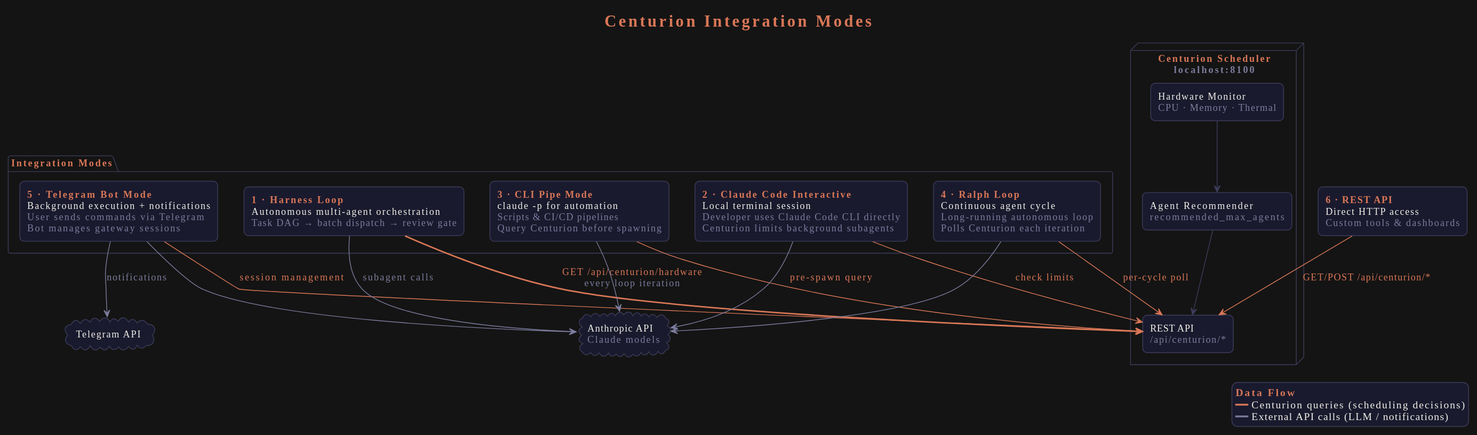
The PlantUML diagram docs/images/integration-modes.svg in spacelobster88/centurion, before a commit.
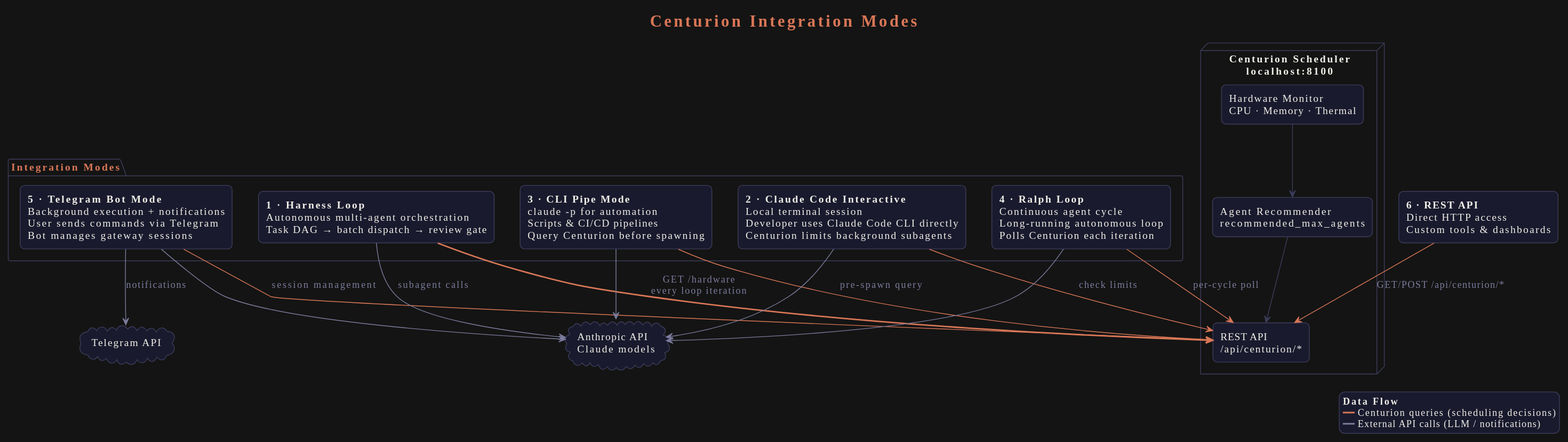
Later version of the same file.

The edit, as a diff of the source:
```diff
@@ -3,30 +3,34 @@
 skinparam backgroundColor #141414
 skinparam defaultFontColor #f0efe8
 skinparam defaultFontName "Inter, Helvetica, Arial, sans-serif"
-skinparam defaultFontSize 13
+skinparam defaultFontSize 14
 
 skinparam component {
   BackgroundColor #1a1a2e
   BorderColor #3d3d5c
   FontColor #f0efe8
+  FontSize 14
 }
 
 skinparam node {
   BackgroundColor #1a1a2e
   BorderColor #d97757
   FontColor #f0efe8
+  FontSize 14
 }
 
 skinparam package {
   BackgroundColor #141414
   BorderColor #3d3d5c
   FontColor #d97757
+  FontSize 14
 }
 
 skinparam rectangle {
   BackgroundColor #1a1a2e
   BorderColor #3d3d5c
   FontColor #f0efe8
+  FontSize 14
   RoundCorner 12
 }
 
@@ -34,31 +38,35 @@
   BackgroundColor #1a1a2e
   BorderColor #3d3d5c
   FontColor #f0efe8
+  FontSize 14
 }
 
 skinparam arrow {
   Color #7c7c9e
   FontColor #7c7c9e
+  FontSize 13
 }
 
 skinparam note {
   BackgroundColor #1a1a2e
   BorderColor #3d3d5c
   FontColor #7c7c9e
+  FontSize 13
 }
 
 skinparam legend {
   BackgroundColor #1a1a2e
   BorderColor #3d3d5c
   FontColor #f0efe8
+  FontSize 13
 }
 
-title <color:#d97757><b>Centurion Integration Modes</b></color>
+title <color:#d97757>**Centurion Integration Modes**</color>
 
-node "<color:#d97757><b>Centurion Scheduler</b></color>\n<color:#7c7c9e>localhost:8100</color>" as centurion {
-  rectangle "<color:#f0efe8>Hardware Monitor</color>\n<color:#7c7c9e>CPU · Memory · Thermal</color>" as hwmon
-  rectangle "<color:#f0efe8>Agent Recommender</color>\n<color:#7c7c9e>recommended_max_agents</color>" as recommender
-  rectangle "<color:#f0efe8>REST API</color>\n<color:#7c7c9e>/api/centurion/*</color>" as api
+node "**Centurion Scheduler**\nlocalhost:8100" as centurion {
+  rectangle "Hardware Monitor\nCPU · Memory · Thermal" as hwmon
+  rectangle "Agent Recommender\nrecommended_max_agents" as recommender
+  rectangle "REST API\n/api/centurion/*" as api
   hwmon -[#3d3d5c]-> recommender
   recommender -[#3d3d5c]-> api
 }
@@ -66,38 +74,38 @@
 
 package "Integration Modes" as modes {
 
-  rectangle "<color:#d97757><b>1 · Harness Loop</b></color>\n<color:#f0efe8>Autonomous multi-agent orchestration</color>\n<color:#7c7c9e>Task DAG → batch dispatch → review gate</color>" as harness
+  rectangle "**1 · Harness Loop**\nAutonomous multi-agent orchestration\nTask DAG → batch dispatch → review gate" as harness
 
-  rectangle "<color:#d97757><b>2 · Claude Code Interactive</b></color>\n<color:#f0efe8>Local terminal session</color>\n<color:#7c7c9e>Developer uses Claude Code CLI directly</color>\n<color:#7c7c9e>Centurion limits background subagents</color>" as interactive
+  rectangle "**2 · Claude Code Interactive**\nLocal terminal session\nDeveloper uses Claude Code CLI directly\nCenturion limits background subagents" as interactive
 
-  rectangle "<color:#d97757><b>3 · CLI Pipe Mode</b></color>\n<color:#f0efe8>claude -p for automation</color>\n<color:#7c7c9e>Scripts & CI/CD pipelines</color>\n<color:#7c7c9e>Query Centurion before spawning</color>" as clipipe
+  rectangle "**3 · CLI Pipe Mode**\nclaude -p for automation\nScripts & CI/CD pipelines\nQuery Centurion before spawning" as clipipe
 
-  rectangle "<color:#d97757><b>4 · Ralph Loop</b></color>\n<color:#f0efe8>Continuous agent cycle</color>\n<color:#7c7c9e>Long-running autonomous loop</color>\n<color:#7c7c9e>Polls Centurion each iteration</color>" as ralph
+  rectangle "**4 · Ralph Loop**\nContinuous agent cycle\nLong-running autonomous loop\nPolls Centurion each iteration" as ralph
 
-  rectangle "<color:#d97757><b>5 · Telegram Bot Mode</b></color>\n<color:#f0efe8>Background execution + notifications</color>\n<color:#7c7c9e>User sends commands via Telegram</color>\n<color:#7c7c9e>Bot manages gateway sessions</color>" as telegram
+  rectangle "**5 · Telegram Bot Mode**\nBackground execution + notifications\nUser sends commands via Telegram\nBot manages gateway sessions" as telegram
 }
 
-harness -[#d97757,bold]-> api : <color:#d97757>GET /api/centurion/hardware\n<color:#7c7c9e>every loop iteration</color>
-interactive -[#d97757]-> api : <color:#d97757>check limits
-clipipe -[#d97757]-> api : <color:#d97757>pre-spawn query
-ralph -[#d97757]-> api : <color:#d97757>per-cycle poll
-telegram -[#d97757]-> api : <color:#d97757>session management
+harness -[#d97757,bold]-> api : GET /hardware\nevery loop iteration
+interactive -[#d97757]-> api : check limits
+clipipe -[#d97757]-> api : pre-spawn query
+ralph -[#d97757]-> api : per-cycle poll
+telegram -[#d97757]-> api : session management
 
-cloud "<color:#f0efe8>Anthropic API</color>\n<color:#7c7c9e>Claude models</color>" as anthropic
-cloud "<color:#f0efe8>Telegram API</color>" as tgapi
+cloud "Anthropic API\nClaude models" as anthropic
+cloud "Telegram API" as tgapi
 
-harness -[#7c7c9e]-> anthropic : <color:#7c7c9e>subagent calls
+harness -[#7c7c9e]-> anthropic : subagent calls
 interactive -[#7c7c9e]-> anthropic
 clipipe -[#7c7c9e]-> anthropic
 ralph -[#7c7c9e]-> anthropic
-telegram -[#7c7c9e]-> tgapi : <color:#7c7c9e>notifications
+telegram -[#7c7c9e]-> tgapi : notifications
 telegram -[#7c7c9e]-> anthropic
 
-rectangle "<color:#d97757><b>6 · REST API</b></color>\n<color:#f0efe8>Direct HTTP access</color>\n<color:#7c7c9e>Custom tools & dashboards</color>" as restclient
-restclient -[#d97757]-> api : <color:#d97757>GET/POST /api/centurion/*
+rectangle "**6 · REST API**\nDirect HTTP access\nCustom tools & dashboards" as restclient
+restclient -[#d97757]-> api : GET/POST /api/centurion/*
 
 legend bottom right
-  <color:#d97757><b>Data Flow</b></color>
+  **Data Flow**
   <color:#d97757>━━</color> Centurion queries (scheduling decisions)
   <color:#7c7c9e>━━</color> External API calls (LLM / notifications)
 end legend
```
